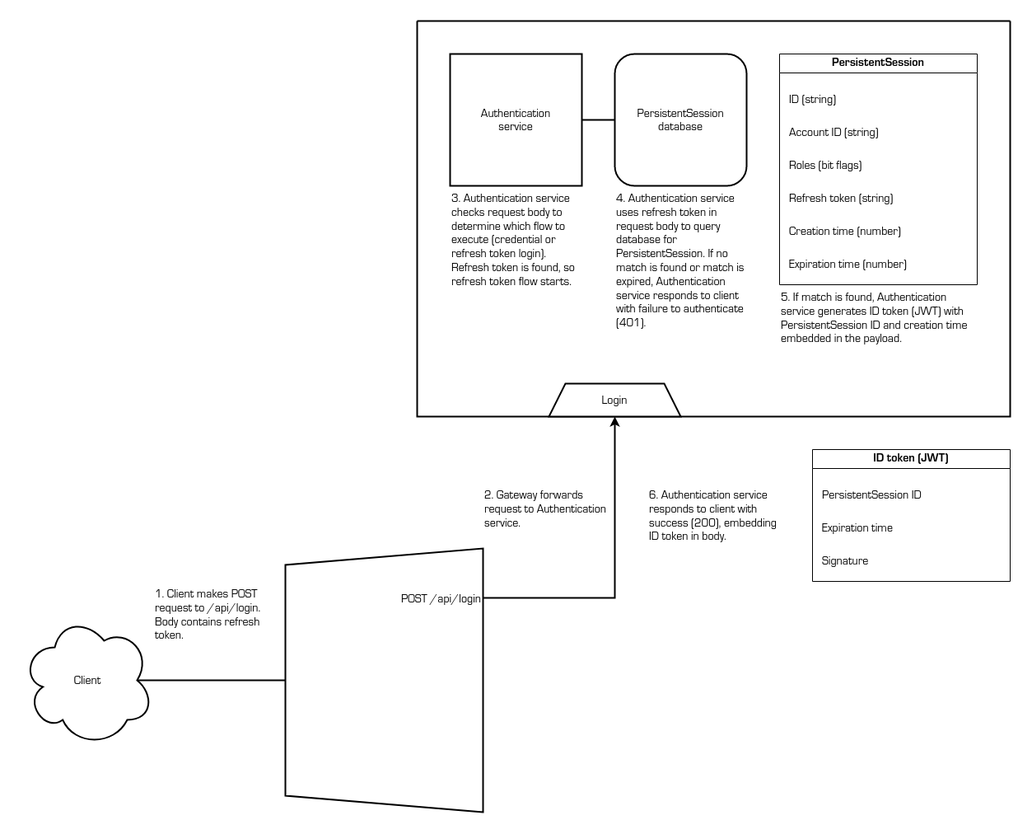
The draw.io diagram docs/refresh-token-login-flow.png in shinhugh/base, before a commit. Source tidied: cells renumbered, new cells last; positions are measured from the earlier drawing's top-left corner, leaving out a move shared by most shapes.
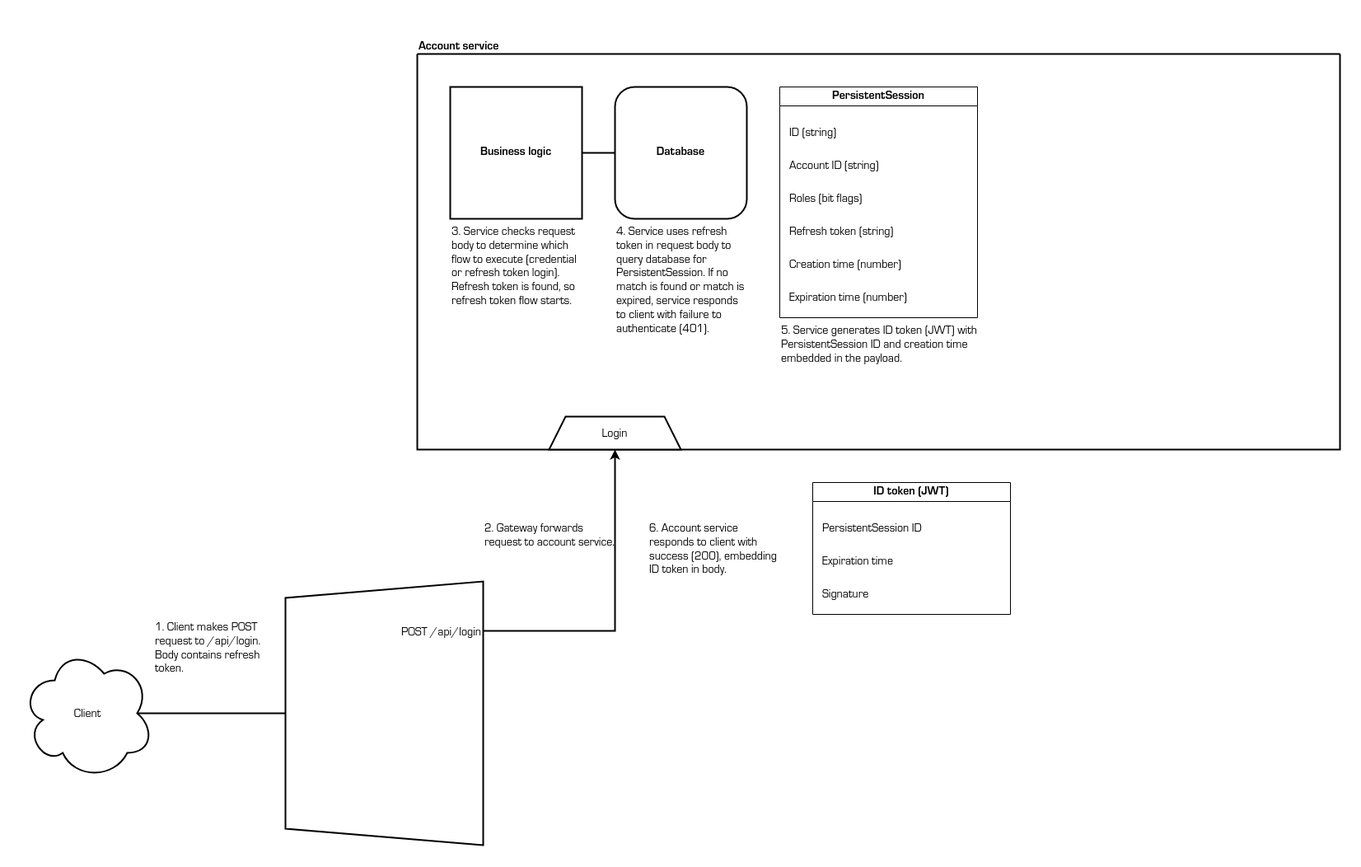
After the change.

What changed in the source:
```diff
@@ -3,12 +3,12 @@
     <mxCell id="0" />
     <mxCell id="1" parent="0" />
     <mxCell id="2" style="swimlane;startSize=0;strokeWidth=2;" parent="1" vertex="1">
-      <mxGeometry x="480" width="720" height="480" as="geometry" />
+      <mxGeometry x="480" width="1120" height="480" as="geometry" />
     </mxCell>
-    <mxCell id="3" value="Authentication&#10;service" style="whiteSpace=wrap;strokeWidth=2;fontFamily=Lucida Console;fontSize=14;" parent="2" vertex="1">
+    <mxCell id="3" value="Business logic" style="whiteSpace=wrap;strokeWidth=2;fontFamily=Lucida Console;fontSize=14;fontStyle=1;" parent="2" vertex="1">
       <mxGeometry x="40" y="40" width="160" height="160" as="geometry" />
     </mxCell>
-    <mxCell id="4" value="PersistentSession&#10;database" style="rounded=1;whiteSpace=wrap;strokeWidth=2;fontFamily=Lucida Console;fontSize=14;" parent="2" vertex="1">
+    <mxCell id="4" value="Database" style="rounded=1;whiteSpace=wrap;strokeWidth=2;fontFamily=Lucida Console;fontSize=14;fontStyle=1;" parent="2" vertex="1">
       <mxGeometry x="240" y="40" width="160" height="160" as="geometry" />
     </mxCell>
     <mxCell id="5" value="PersistentSession" style="swimlane;whiteSpace=wrap;fontFamily=Lucida Console;fontSize=14;" parent="2" vertex="1">
@@ -38,13 +38,13 @@
     <mxCell id="13" style="endArrow=none;html=1;rounded=0;strokeWidth=2;entryX=1;entryY=0.5;entryDx=0;entryDy=0;exitX=0;exitY=0.5;exitDx=0;exitDy=0;" parent="2" edge="1" source="4" target="3">
       <mxGeometry relative="1" as="geometry" />
     </mxCell>
-    <mxCell id="14" value="3. Authentication service checks request body to determine which flow to execute (credential or refresh token login). Refresh token is found, so refresh token flow starts." style="text;strokeColor=none;fillColor=none;align=left;verticalAlign=top;rounded=0;fontSize=14;fontFamily=Lucida Console;whiteSpace=wrap;" parent="2" vertex="1">
+    <mxCell id="14" value="3. Service checks request body to determine which flow to execute (credential or refresh token login). Refresh token is found, so refresh token flow starts." style="text;strokeColor=none;fillColor=none;align=left;verticalAlign=top;rounded=0;fontSize=14;fontFamily=Lucida Console;whiteSpace=wrap;" parent="2" vertex="1">
       <mxGeometry x="40" y="200" width="160" height="160" as="geometry" />
     </mxCell>
-    <mxCell id="15" value="4. Authentication service uses refresh token in request body to query database for PersistentSession. If no match is found or match is expired, Authentication service responds to client with failure to authenticate (401)." style="text;strokeColor=none;fillColor=none;align=left;verticalAlign=top;rounded=0;fontSize=14;fontFamily=Lucida Console;whiteSpace=wrap;" parent="2" vertex="1">
+    <mxCell id="15" value="4. Service uses refresh token in request body to query database for PersistentSession. If no match is found or match is expired, service responds to client with failure to authenticate (401)." style="text;strokeColor=none;fillColor=none;align=left;verticalAlign=top;rounded=0;fontSize=14;fontFamily=Lucida Console;whiteSpace=wrap;" parent="2" vertex="1">
       <mxGeometry x="240" y="200" width="160" height="200" as="geometry" />
     </mxCell>
-    <mxCell id="16" value="5. If match is found, Authentication service generates ID token (JWT) with PersistentSession ID and creation time embedded in the payload." style="text;strokeColor=none;fillColor=none;align=left;verticalAlign=top;rounded=0;fontSize=14;fontFamily=Lucida Console;whiteSpace=wrap;" parent="2" vertex="1">
+    <mxCell id="16" value="5. Service generates ID token (JWT) with PersistentSession ID and creation time embedded in the payload." style="text;strokeColor=none;fillColor=none;align=left;verticalAlign=top;rounded=0;fontSize=14;fontFamily=Lucida Console;whiteSpace=wrap;" parent="2" vertex="1">
       <mxGeometry x="440" y="320" width="240" height="80" as="geometry" />
     </mxCell>
     <mxCell id="17" style="endArrow=classic;html=1;rounded=0;endFill=1;strokeWidth=2;exitX=1;exitY=0.5;exitDx=0;exitDy=0;entryX=0.5;entryY=1;entryDx=0;entryDy=0;" parent="1" edge="1" source="20" target="12">
@@ -72,10 +72,10 @@
     <mxCell id="23" value="1. Client makes POST request to /api/login. Body contains refresh token." style="text;strokeColor=none;fillColor=none;align=left;verticalAlign=top;rounded=0;fontSize=14;fontFamily=Lucida Console;whiteSpace=wrap;" parent="1" vertex="1">
       <mxGeometry x="160" y="680" width="160" height="80" as="geometry" />
     </mxCell>
-    <mxCell id="24" value="2. Gateway forwards request to Authentication service." style="text;strokeColor=none;fillColor=none;align=left;verticalAlign=top;rounded=0;fontSize=14;fontFamily=Lucida Console;whiteSpace=wrap;" parent="1" vertex="1">
+    <mxCell id="24" value="2. Gateway forwards request to account service." style="text;strokeColor=none;fillColor=none;align=left;verticalAlign=top;rounded=0;fontSize=14;fontFamily=Lucida Console;whiteSpace=wrap;" parent="1" vertex="1">
       <mxGeometry x="560" y="560" width="160" height="80" as="geometry" />
     </mxCell>
-    <mxCell id="25" value="6. Authentication service responds to client with success (200), embedding ID token in body." style="text;strokeColor=none;fillColor=none;align=left;verticalAlign=top;rounded=0;fontSize=14;fontFamily=Lucida Console;whiteSpace=wrap;" parent="1" vertex="1">
+    <mxCell id="25" value="6. Account service responds to client with success (200), embedding ID token in body." style="text;strokeColor=none;fillColor=none;align=left;verticalAlign=top;rounded=0;fontSize=14;fontFamily=Lucida Console;whiteSpace=wrap;" parent="1" vertex="1">
       <mxGeometry x="760" y="560" width="160" height="80" as="geometry" />
     </mxCell>
     <mxCell id="26" value="ID token (JWT)" style="swimlane;whiteSpace=wrap;fontFamily=Lucida Console;fontSize=14;" parent="1" vertex="1">
@@ -90,5 +90,8 @@
     <mxCell id="29" value="Signature" style="text;strokeColor=none;fillColor=none;align=left;verticalAlign=top;whiteSpace=wrap;rounded=0;fontFamily=Lucida Console;fontSize=14;" parent="26" vertex="1">
       <mxGeometry x="10" y="120" width="220" height="40" as="geometry" />
     </mxCell>
+    <mxCell id="30" value="Account service" style="text;strokeColor=none;fillColor=none;align=left;verticalAlign=bottom;rounded=0;fontSize=14;fontFamily=Lucida Console;fontStyle=1;" parent="1" vertex="1">
+      <mxGeometry x="480" y="-40" width="120" height="40" as="geometry" />
+    </mxCell>
   </root>
 </mxGraphModel>
```
